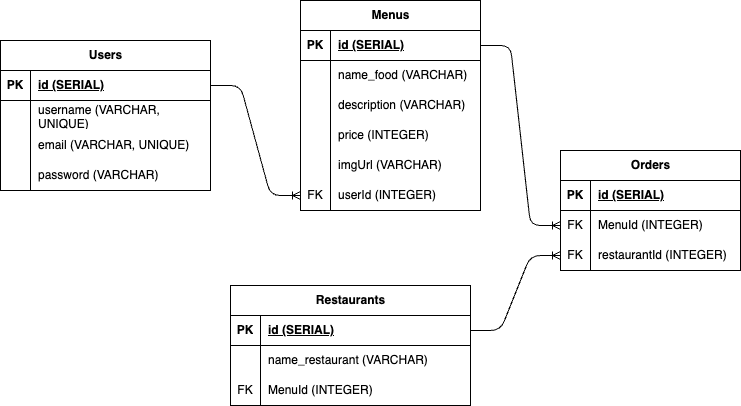
Before: schema.drawio.png, a diagram exported from draw.io (MuhammadFawzy94/Hactiv-Food). Source tidied: cells renumbered, new cells last; positions are measured from the earlier drawing's top-left corner, leaving out a move shared by most shapes.
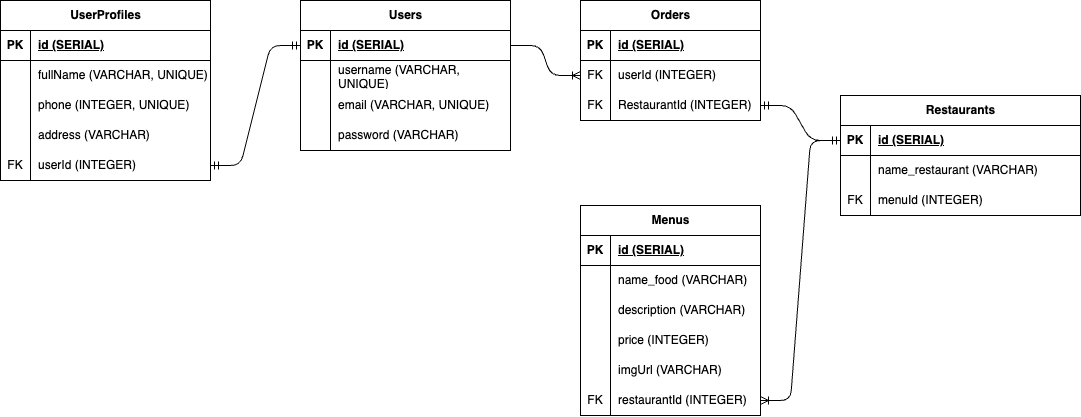
The same diagram one commit later.

Change to the diagram source:
```diff
@@ -3,7 +3,7 @@
     <mxCell id="0" />
     <mxCell id="1" parent="0" />
     <mxCell id="2" value="Users" style="shape=table;startSize=30;rowLines=0;fontStyle=1;align=center;html=1;" parent="1" vertex="1">
-      <mxGeometry y="40" width="210" height="150" as="geometry" />
+      <mxGeometry x="-30" y="25" width="210" height="150" as="geometry" />
     </mxCell>
     <mxCell id="3" style="shape=tableRow;horizontal=0;startSize=0;swimlaneHead=0;swimlaneBody=0;fillColor=none;points=[[0,0.5],[1,0.5]];portConstraint=eastwest;top=0;left=0;right=0;bottom=1;" parent="2" vertex="1">
       <mxGeometry y="30" width="210" height="30" as="geometry" />
@@ -42,7 +42,7 @@
       <mxGeometry x="30" width="180" height="30" as="geometry" />
     </mxCell>
     <mxCell id="15" value="Orders" style="shape=table;startSize=30;rowLines=0;fontStyle=1;align=center;html=1;" parent="1" vertex="1">
-      <mxGeometry x="560" y="150" width="180" height="120" as="geometry" />
+      <mxGeometry x="250" y="25" width="180" height="120" as="geometry" />
     </mxCell>
     <mxCell id="16" style="shape=tableRow;horizontal=0;startSize=0;swimlaneHead=0;swimlaneBody=0;fillColor=none;top=0;left=0;right=0;bottom=1;" parent="15" vertex="1">
       <mxGeometry y="30" width="180" height="30" as="geometry" />
@@ -56,23 +56,23 @@
     <mxCell id="19" style="shape=tableRow;horizontal=0;startSize=0;swimlaneHead=0;swimlaneBody=0;fillColor=none;points=[[0,0.5],[1,0.5]];portConstraint=eastwest;top=0;left=0;right=0;bottom=0;" parent="15" vertex="1">
       <mxGeometry y="60" width="180" height="30" as="geometry" />
     </mxCell>
-    <mxCell id="20" value="FK" style="shape=partialRectangle;fillColor=none;top=0;left=0;bottom=0;right=0;overflow=hidden;whiteSpace=wrap;html=1;" parent="19" vertex="1">
-      <mxGeometry width="30" height="30" as="geometry" />
-    </mxCell>
-    <mxCell id="21" value="&lt;span style=&quot;color: rgb(0, 0, 0);&quot;&gt;MenuId (INTEGER)&lt;/span&gt;" style="shape=partialRectangle;fillColor=none;top=0;left=0;bottom=0;right=0;align=left;spacingLeft=6;overflow=hidden;whiteSpace=wrap;html=1;" parent="19" vertex="1">
-      <mxGeometry x="30" width="150" height="30" as="geometry" />
-    </mxCell>
+    <mxCell id="57" value="FK" style="shape=partialRectangle;fillColor=none;top=0;left=0;bottom=0;right=0;overflow=hidden;whiteSpace=wrap;html=1;" parent="19" vertex="1">
+      <mxGeometry width="30" height="30" as="geometry" />
+    </mxCell>
+    <mxCell id="58" value="&lt;span style=&quot;color: rgb(0, 0, 0);&quot;&gt;userId (INTEGER)&lt;/span&gt;" style="shape=partialRectangle;fillColor=none;top=0;left=0;bottom=0;right=0;align=left;spacingLeft=6;overflow=hidden;whiteSpace=wrap;html=1;" parent="19" vertex="1">
+      <mxGeometry x="30" width="150" height="30" as="geometry" />
+    </mxCell>
     <mxCell id="22" style="shape=tableRow;horizontal=0;startSize=0;swimlaneHead=0;swimlaneBody=0;fillColor=none;points=[[0,0.5],[1,0.5]];portConstraint=eastwest;top=0;left=0;right=0;bottom=0;" parent="15" vertex="1">
       <mxGeometry y="90" width="180" height="30" as="geometry" />
     </mxCell>
-    <mxCell id="23" value="FK" style="shape=partialRectangle;fillColor=none;top=0;left=0;bottom=0;right=0;overflow=hidden;whiteSpace=wrap;html=1;" parent="22" vertex="1">
-      <mxGeometry width="30" height="30" as="geometry" />
-    </mxCell>
-    <mxCell id="24" value="&lt;span style=&quot;color: rgb(0, 0, 0);&quot;&gt;restaurantId (INTEGER)&lt;/span&gt;" style="shape=partialRectangle;fillColor=none;top=0;left=0;bottom=0;right=0;align=left;spacingLeft=6;overflow=hidden;whiteSpace=wrap;html=1;" parent="22" vertex="1">
-      <mxGeometry x="30" width="150" height="30" as="geometry" />
-    </mxCell>
+    <mxCell id="59" value="FK" style="shape=partialRectangle;fillColor=none;top=0;left=0;bottom=0;right=0;overflow=hidden;whiteSpace=wrap;html=1;" parent="22" vertex="1">
+      <mxGeometry width="30" height="30" as="geometry" />
+    </mxCell>
+    <mxCell id="60" value="&lt;span style=&quot;color: rgb(0, 0, 0);&quot;&gt;RestaurantId (INTEGER)&lt;/span&gt;" style="shape=partialRectangle;fillColor=none;top=0;left=0;bottom=0;right=0;align=left;spacingLeft=6;overflow=hidden;whiteSpace=wrap;html=1;" parent="22" vertex="1">
+      <mxGeometry x="30" width="150" height="30" as="geometry" />
+    </mxCell>
     <mxCell id="25" value="Restaurants" style="shape=table;startSize=30;rowLines=0;fontStyle=1;align=center;html=1;" parent="1" vertex="1">
-      <mxGeometry x="230" y="285" width="240" height="120" as="geometry" />
+      <mxGeometry x="510" y="120" width="240" height="120" as="geometry" />
     </mxCell>
     <mxCell id="26" style="shape=tableRow;horizontal=0;startSize=0;swimlaneHead=0;swimlaneBody=0;fillColor=none;points=[[0,0.5],[1,0.5]];portConstraint=eastwest;top=0;left=0;right=0;bottom=1;" parent="25" vertex="1">
       <mxGeometry y="30" width="240" height="30" as="geometry" />
@@ -95,14 +95,14 @@
     <mxCell id="32" style="shape=tableRow;horizontal=0;startSize=0;swimlaneHead=0;swimlaneBody=0;fillColor=none;top=0;left=0;right=0;bottom=0;" parent="25" vertex="1">
       <mxGeometry y="90" width="240" height="30" as="geometry" />
     </mxCell>
-    <mxCell id="33" value="FK" style="shape=partialRectangle;fillColor=none;top=0;left=0;bottom=0;right=0;overflow=hidden;whiteSpace=wrap;html=1;" parent="32" vertex="1">
-      <mxGeometry width="30" height="30" as="geometry" />
-    </mxCell>
-    <mxCell id="34" value="MenuId (INTEGER)" style="shape=partialRectangle;fillColor=none;top=0;left=0;bottom=0;right=0;align=left;spacingLeft=6;overflow=hidden;whiteSpace=wrap;html=1;" parent="32" vertex="1">
-      <mxGeometry x="30" width="210" height="30" as="geometry" />
-    </mxCell>
+    <mxCell id="61" value="FK" style="shape=partialRectangle;fillColor=none;top=0;left=0;bottom=0;right=0;overflow=hidden;whiteSpace=wrap;html=1;" parent="32" vertex="1">
+      <mxGeometry width="30" height="30" as="geometry" />
+    </mxCell>
+    <mxCell id="62" value="menuId (INTEGER)" style="shape=partialRectangle;fillColor=none;top=0;left=0;bottom=0;right=0;align=left;spacingLeft=6;overflow=hidden;whiteSpace=wrap;html=1;" parent="32" vertex="1">
+      <mxGeometry x="30" width="210" height="30" as="geometry" />
+    </mxCell>
     <mxCell id="35" value="Menus" style="shape=table;startSize=30;rowLines=0;fontStyle=1;align=center;html=1;" parent="1" vertex="1">
-      <mxGeometry x="300" width="180" height="210" as="geometry" />
+      <mxGeometry x="250" y="230" width="180" height="210" as="geometry" />
     </mxCell>
     <mxCell id="36" style="shape=tableRow;horizontal=0;startSize=0;swimlaneHead=0;swimlaneBody=0;fillColor=none;points=[[0,0.5],[1,0.5]];portConstraint=eastwest;top=0;left=0;right=0;bottom=1;" parent="35" vertex="1">
       <mxGeometry y="30" width="180" height="30" as="geometry" />
@@ -155,17 +155,68 @@
     <mxCell id="52" value="FK" style="shape=partialRectangle;fillColor=none;top=0;left=0;bottom=0;right=0;overflow=hidden;whiteSpace=wrap;html=1;" parent="51" vertex="1">
       <mxGeometry width="30" height="30" as="geometry" />
     </mxCell>
-    <mxCell id="53" value="userId (INTEGER)&amp;nbsp;" style="shape=partialRectangle;fillColor=none;top=0;left=0;bottom=0;right=0;align=left;spacingLeft=6;overflow=hidden;whiteSpace=wrap;html=1;" parent="51" vertex="1">
+    <mxCell id="53" value="restaurantId (INTEGER)&amp;nbsp;" style="shape=partialRectangle;fillColor=none;top=0;left=0;bottom=0;right=0;align=left;spacingLeft=6;overflow=hidden;whiteSpace=wrap;html=1;" parent="51" vertex="1">
       <mxGeometry x="30" width="150" height="30" as="geometry" />
     </mxCell>
-    <mxCell id="54" style="edgeStyle=entityRelationEdgeStyle;fontSize=12;html=1;endArrow=ERoneToMany;exitX=1;exitY=0.5;exitDx=0;exitDy=0;entryX=0;entryY=0.5;entryDx=0;entryDy=0;" parent="1" edge="1" source="3" target="51">
+    <mxCell id="54" style="edgeStyle=entityRelationEdgeStyle;fontSize=12;html=1;endArrow=ERoneToMany;exitX=1;exitY=0.5;exitDx=0;exitDy=0;entryX=0;entryY=0.5;entryDx=0;entryDy=0;" parent="1" edge="1" source="3" target="19">
       <mxGeometry relative="1" as="geometry" />
     </mxCell>
-    <mxCell id="55" style="edgeStyle=entityRelationEdgeStyle;fontSize=12;html=1;endArrow=ERoneToMany;exitX=1;exitY=0.5;exitDx=0;exitDy=0;entryX=0;entryY=0.5;entryDx=0;entryDy=0;" parent="1" edge="1" source="36" target="19">
-      <mxGeometry relative="1" as="geometry" />
-    </mxCell>
+    <mxCell id="63" value="UserProfiles" style="shape=table;startSize=30;rowLines=0;fontStyle=1;align=center;html=1;" parent="1" vertex="1">
+      <mxGeometry x="-330" y="25" width="210" height="180" as="geometry" />
+    </mxCell>
+    <mxCell id="64" style="shape=tableRow;horizontal=0;startSize=0;swimlaneHead=0;swimlaneBody=0;fillColor=none;top=0;left=0;right=0;bottom=1;" parent="63" vertex="1">
+      <mxGeometry y="30" width="210" height="30" as="geometry" />
+    </mxCell>
+    <mxCell id="65" value="PK" style="shape=partialRectangle;fillColor=none;top=0;left=0;bottom=0;right=0;fontStyle=1;overflow=hidden;whiteSpace=wrap;html=1;" parent="64" vertex="1">
+      <mxGeometry width="30" height="30" as="geometry" />
+    </mxCell>
+    <mxCell id="66" value="id (SERIAL)" style="shape=partialRectangle;fillColor=none;top=0;left=0;bottom=0;right=0;align=left;spacingLeft=6;fontStyle=5;overflow=hidden;whiteSpace=wrap;html=1;" parent="64" vertex="1">
+      <mxGeometry x="30" width="180" height="30" as="geometry" />
+    </mxCell>
+    <mxCell id="67" style="shape=tableRow;horizontal=0;startSize=0;swimlaneHead=0;swimlaneBody=0;fillColor=none;top=0;left=0;right=0;bottom=0;" parent="63" vertex="1">
+      <mxGeometry y="60" width="210" height="30" as="geometry" />
+    </mxCell>
+    <mxCell id="68" style="shape=partialRectangle;fillColor=none;top=0;left=0;bottom=0;right=0;overflow=hidden;whiteSpace=wrap;html=1;" parent="67" vertex="1">
+      <mxGeometry width="30" height="30" as="geometry" />
+    </mxCell>
+    <mxCell id="69" value="fullName (VARCHAR, UNIQUE)" style="shape=partialRectangle;fillColor=none;top=0;left=0;bottom=0;right=0;align=left;spacingLeft=6;overflow=hidden;whiteSpace=wrap;html=1;" parent="67" vertex="1">
+      <mxGeometry x="30" width="180" height="30" as="geometry" />
+    </mxCell>
+    <mxCell id="70" style="shape=tableRow;horizontal=0;startSize=0;swimlaneHead=0;swimlaneBody=0;fillColor=none;top=0;left=0;right=0;bottom=0;" parent="63" vertex="1">
+      <mxGeometry y="90" width="210" height="30" as="geometry" />
+    </mxCell>
+    <mxCell id="71" style="shape=partialRectangle;fillColor=none;top=0;left=0;bottom=0;right=0;overflow=hidden;whiteSpace=wrap;html=1;" parent="70" vertex="1">
+      <mxGeometry width="30" height="30" as="geometry" />
+    </mxCell>
+    <mxCell id="72" value="phone&amp;nbsp;&lt;span style=&quot;color: rgb(0, 0, 0);&quot;&gt;(INTEGER, UNIQUE)&lt;/span&gt;" style="shape=partialRectangle;fillColor=none;top=0;left=0;bottom=0;right=0;align=left;spacingLeft=6;overflow=hidden;whiteSpace=wrap;html=1;" parent="70" vertex="1">
+      <mxGeometry x="30" width="180" height="30" as="geometry" />
+    </mxCell>
+    <mxCell id="73" style="shape=tableRow;horizontal=0;startSize=0;swimlaneHead=0;swimlaneBody=0;fillColor=none;top=0;left=0;right=0;bottom=0;" parent="63" vertex="1">
+      <mxGeometry y="120" width="210" height="30" as="geometry" />
+    </mxCell>
+    <mxCell id="74" style="shape=partialRectangle;fillColor=none;top=0;left=0;bottom=0;right=0;overflow=hidden;whiteSpace=wrap;html=1;" parent="73" vertex="1">
+      <mxGeometry width="30" height="30" as="geometry" />
+    </mxCell>
+    <mxCell id="75" value="address&amp;nbsp;&lt;span style=&quot;color: rgb(0, 0, 0);&quot;&gt;(VARCHAR)&lt;/span&gt;" style="shape=partialRectangle;fillColor=none;top=0;left=0;bottom=0;right=0;align=left;spacingLeft=6;overflow=hidden;whiteSpace=wrap;html=1;" parent="73" vertex="1">
+      <mxGeometry x="30" width="180" height="30" as="geometry" />
+    </mxCell>
+    <mxCell id="76" style="shape=tableRow;horizontal=0;startSize=0;swimlaneHead=0;swimlaneBody=0;fillColor=none;points=[[0,0.5],[1,0.5]];portConstraint=eastwest;top=0;left=0;right=0;bottom=0;" parent="63" vertex="1">
+      <mxGeometry y="150" width="210" height="30" as="geometry" />
+    </mxCell>
+    <mxCell id="77" value="FK" style="shape=partialRectangle;fillColor=none;top=0;left=0;bottom=0;right=0;overflow=hidden;whiteSpace=wrap;html=1;" parent="76" vertex="1">
+      <mxGeometry width="30" height="30" as="geometry" />
+    </mxCell>
+    <mxCell id="78" value="userId (INTEGER)" style="shape=partialRectangle;fillColor=none;top=0;left=0;bottom=0;right=0;align=left;spacingLeft=6;overflow=hidden;whiteSpace=wrap;html=1;" parent="76" vertex="1">
+      <mxGeometry x="30" width="180" height="30" as="geometry" />
+    </mxCell>
+    <mxCell id="79" style="edgeStyle=entityRelationEdgeStyle;fontSize=12;html=1;endArrow=ERmandOne;startArrow=ERmandOne;exitX=1;exitY=0.5;exitDx=0;exitDy=0;entryX=0;entryY=0.5;entryDx=0;entryDy=0;" parent="1" edge="1" source="76" target="3">
+      <mxGeometry relative="1" as="geometry" />
+    </mxCell>
-    <mxCell id="56" style="edgeStyle=entityRelationEdgeStyle;fontSize=12;html=1;endArrow=ERoneToMany;exitX=1;exitY=0.5;exitDx=0;exitDy=0;entryX=0;entryY=0.5;entryDx=0;entryDy=0;" parent="1" edge="1" source="26" target="22">
+    <mxCell id="56" style="edgeStyle=entityRelationEdgeStyle;fontSize=12;html=1;endArrow=ERmandOne;startArrow=ERmandOne;exitX=0;exitY=0.5;exitDx=0;exitDy=0;entryX=1;entryY=0.5;entryDx=0;entryDy=0;" parent="1" edge="1" source="26" target="22">
       <mxGeometry relative="1" as="geometry" />
     </mxCell>
+    <mxCell id="80" style="edgeStyle=entityRelationEdgeStyle;fontSize=12;html=1;endArrow=ERoneToMany;exitX=0;exitY=0.5;exitDx=0;exitDy=0;entryX=1;entryY=0.5;entryDx=0;entryDy=0;" parent="1" edge="1" source="26" target="51">
+      <mxGeometry relative="1" as="geometry" />
+    </mxCell>
   </root>
 </mxGraphModel>
```
